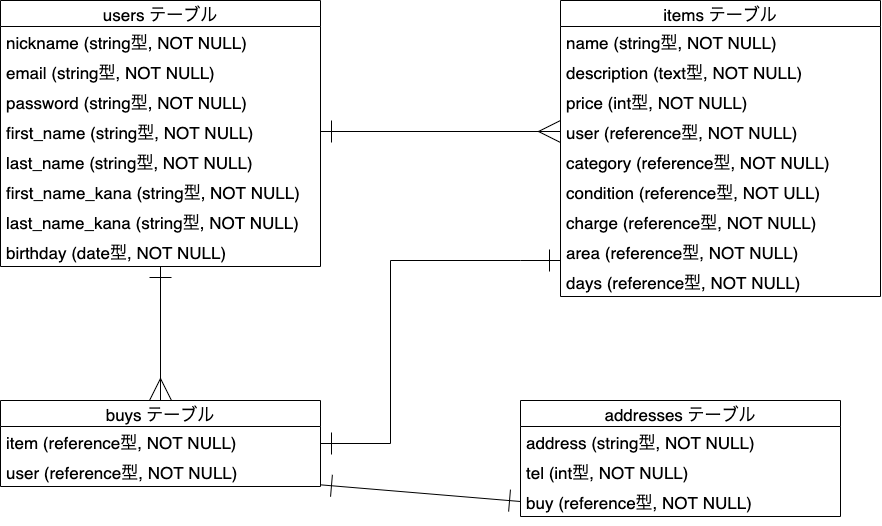
Before: database.drawio.png, a diagram exported from draw.io (kos-san/furima-30536). Source tidied: cells renumbered, new cells last; positions are measured from the earlier drawing's top-left corner, leaving out a move shared by most shapes.
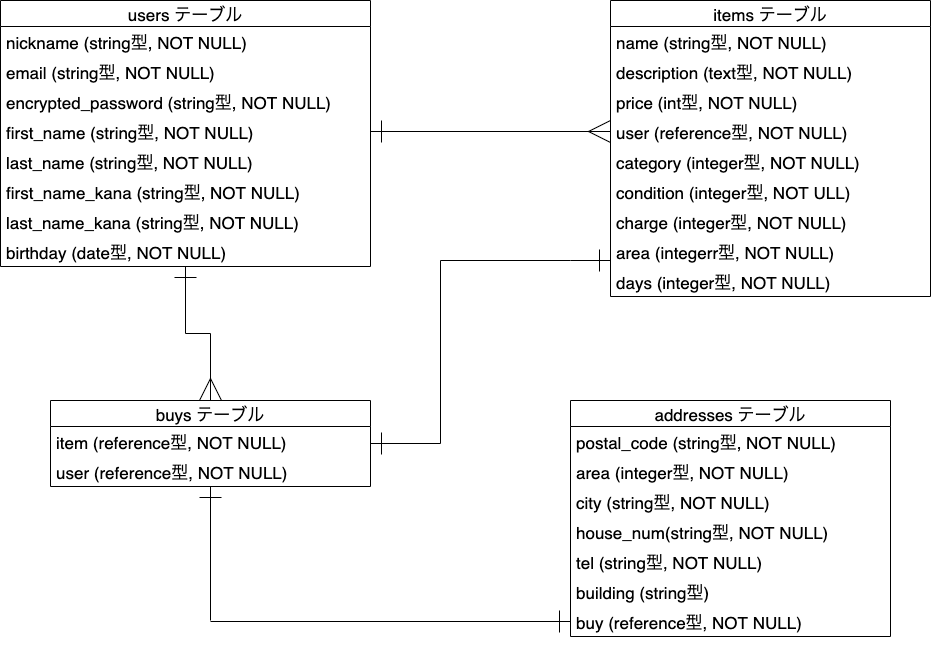
After the commit.

Commit message:
データベース設計の修正

What changed in the source:
```diff
@@ -3,31 +3,31 @@
     <mxCell id="0" />
     <mxCell id="1" parent="0" />
     <mxCell id="2" value="users テーブル" style="swimlane;fontStyle=0;horizontal=1;startSize=26;align=center;fontSize=17;" parent="1" vertex="1">
-      <mxGeometry width="320" height="266" as="geometry" />
+      <mxGeometry x="-50" width="370" height="266" as="geometry" />
     </mxCell>
     <mxCell id="3" value="nickname (string型, NOT NULL)" style="text;strokeColor=none;fillColor=none;spacingLeft=4;spacingRight=4;overflow=hidden;fontSize=17;" parent="2" vertex="1">
-      <mxGeometry y="26" width="320" height="30" as="geometry" />
+      <mxGeometry y="26" width="370" height="30" as="geometry" />
     </mxCell>
     <mxCell id="4" value="email (string型, NOT NULL)" style="text;strokeColor=none;fillColor=none;spacingLeft=4;spacingRight=4;overflow=hidden;fontSize=17;" parent="2" vertex="1">
-      <mxGeometry y="56" width="320" height="30" as="geometry" />
+      <mxGeometry y="56" width="370" height="30" as="geometry" />
     </mxCell>
-    <mxCell id="5" value="password (string型, NOT NULL)" style="text;strokeColor=none;fillColor=none;spacingLeft=4;spacingRight=4;overflow=hidden;fontSize=17;" parent="2" vertex="1">
-      <mxGeometry y="86" width="320" height="30" as="geometry" />
+    <mxCell id="5" value="encrypted_password (string型, NOT NULL)" style="text;strokeColor=none;fillColor=none;spacingLeft=4;spacingRight=4;overflow=hidden;fontSize=17;" parent="2" vertex="1">
+      <mxGeometry y="86" width="370" height="30" as="geometry" />
     </mxCell>
     <mxCell id="6" value="first_name (string型, NOT NULL)" style="text;strokeColor=none;fillColor=none;spacingLeft=4;spacingRight=4;overflow=hidden;points=[[0,0.5],[1,0.5]];portConstraint=eastwest;fontSize=17;" parent="2" vertex="1">
-      <mxGeometry y="116" width="320" height="30" as="geometry" />
+      <mxGeometry y="116" width="370" height="30" as="geometry" />
     </mxCell>
     <mxCell id="7" value="last_name (string型, NOT NULL)" style="text;strokeColor=none;fillColor=none;spacingLeft=4;spacingRight=4;overflow=hidden;fontSize=17;" parent="2" vertex="1">
-      <mxGeometry y="146" width="320" height="30" as="geometry" />
+      <mxGeometry y="146" width="370" height="30" as="geometry" />
     </mxCell>
     <mxCell id="8" value="first_name_kana (string型, NOT NULL)" style="text;strokeColor=none;fillColor=none;spacingLeft=4;spacingRight=4;overflow=hidden;fontSize=17;" parent="2" vertex="1">
-      <mxGeometry y="176" width="320" height="30" as="geometry" />
+      <mxGeometry y="176" width="370" height="30" as="geometry" />
     </mxCell>
     <mxCell id="9" value="last_name_kana (string型, NOT NULL)" style="text;strokeColor=none;fillColor=none;spacingLeft=4;spacingRight=4;overflow=hidden;fontSize=17;" parent="2" vertex="1">
-      <mxGeometry y="206" width="320" height="30" as="geometry" />
+      <mxGeometry y="206" width="370" height="30" as="geometry" />
     </mxCell>
     <mxCell id="10" value="birthday (date型, NOT NULL)" style="text;strokeColor=none;fillColor=none;spacingLeft=4;spacingRight=4;overflow=hidden;fontSize=17;" parent="2" vertex="1">
-      <mxGeometry y="236" width="320" height="30" as="geometry" />
+      <mxGeometry y="236" width="370" height="30" as="geometry" />
     </mxCell>
     <mxCell id="11" style="edgeStyle=orthogonalEdgeStyle;rounded=0;jettySize=auto;html=1;startArrow=ERone;startFill=0;startSize=20;endArrow=none;endFill=0;endSize=20;" parent="1" edge="1" source="12">
       <mxGeometry relative="1" as="geometry">
@@ -53,19 +53,19 @@
     <mxCell id="16" value="user (reference型, NOT NULL)" style="text;strokeColor=none;fillColor=none;spacingLeft=4;spacingRight=4;overflow=hidden;points=[[0,0.5],[1,0.5]];portConstraint=eastwest;fontSize=17;" parent="12" vertex="1">
       <mxGeometry y="116" width="320" height="30" as="geometry" />
     </mxCell>
-    <mxCell id="17" value="category (reference型, NOT NULL)" style="text;strokeColor=none;fillColor=none;spacingLeft=4;spacingRight=4;overflow=hidden;fontSize=17;" parent="12" vertex="1">
+    <mxCell id="17" value="category (integer型, NOT NULL)" style="text;strokeColor=none;fillColor=none;spacingLeft=4;spacingRight=4;overflow=hidden;fontSize=17;" parent="12" vertex="1">
       <mxGeometry y="146" width="320" height="30" as="geometry" />
     </mxCell>
-    <mxCell id="18" value="condition (reference型, NOT ULL)" style="text;strokeColor=none;fillColor=none;spacingLeft=4;spacingRight=4;overflow=hidden;fontSize=17;" parent="12" vertex="1">
+    <mxCell id="18" value="condition (integer型, NOT ULL)" style="text;strokeColor=none;fillColor=none;spacingLeft=4;spacingRight=4;overflow=hidden;fontSize=17;" parent="12" vertex="1">
       <mxGeometry y="176" width="320" height="30" as="geometry" />
     </mxCell>
-    <mxCell id="19" value="charge (reference型, NOT NULL)" style="text;strokeColor=none;fillColor=none;spacingLeft=4;spacingRight=4;overflow=hidden;fontSize=17;" parent="12" vertex="1">
+    <mxCell id="19" value="charge (integer型, NOT NULL)" style="text;strokeColor=none;fillColor=none;spacingLeft=4;spacingRight=4;overflow=hidden;fontSize=17;" parent="12" vertex="1">
       <mxGeometry y="206" width="320" height="30" as="geometry" />
     </mxCell>
-    <mxCell id="20" value="area (reference型, NOT NULL)" style="text;strokeColor=none;fillColor=none;spacingLeft=4;spacingRight=4;overflow=hidden;fontSize=17;" parent="12" vertex="1">
+    <mxCell id="20" value="area (integerr型, NOT NULL)" style="text;strokeColor=none;fillColor=none;spacingLeft=4;spacingRight=4;overflow=hidden;fontSize=17;" parent="12" vertex="1">
       <mxGeometry y="236" width="320" height="30" as="geometry" />
     </mxCell>
-    <mxCell id="21" value="days (reference型, NOT NULL)" style="text;strokeColor=none;fillColor=none;spacingLeft=4;spacingRight=4;overflow=hidden;fontSize=17;" parent="12" vertex="1">
+    <mxCell id="21" value="days (integer型, NOT NULL)" style="text;strokeColor=none;fillColor=none;spacingLeft=4;spacingRight=4;overflow=hidden;fontSize=17;" parent="12" vertex="1">
       <mxGeometry y="266" width="320" height="30" as="geometry" />
     </mxCell>
     <mxCell id="22" style="edgeStyle=none;rounded=0;jettySize=auto;html=1;entryX=0;entryY=0.5;entryDx=0;entryDy=0;fontSize=12;endArrow=ERmany;endFill=0;startArrow=ERone;startFill=0;strokeWidth=1;jumpSize=18;endSize=20;startSize=20;" parent="1" edge="1" source="6" target="16">
@@ -89,19 +89,38 @@
       <mxGeometry y="56" width="320" height="30" as="geometry" />
     </mxCell>
     <mxCell id="28" value="addresses テーブル" style="swimlane;fontStyle=0;horizontal=1;startSize=26;align=center;fontSize=17;" parent="1" vertex="1">
-      <mxGeometry x="520" y="400" width="320" height="116" as="geometry" />
+      <mxGeometry x="520" y="400" width="320" height="236" as="geometry" />
     </mxCell>
-    <mxCell id="29" value="address (string型, NOT NULL)" style="text;strokeColor=none;fillColor=none;spacingLeft=4;spacingRight=4;overflow=hidden;fontSize=17;" parent="28" vertex="1">
+    <mxCell id="29" value="postal_code (string型, NOT NULL)" style="text;strokeColor=none;fillColor=none;spacingLeft=4;spacingRight=4;overflow=hidden;fontSize=17;" parent="28" vertex="1">
       <mxGeometry y="26" width="320" height="30" as="geometry" />
     </mxCell>
+    <mxCell id="33" value="area (integer型, NOT NULL)" style="text;strokeColor=none;fillColor=none;spacingLeft=4;spacingRight=4;overflow=hidden;fontSize=17;" parent="28" vertex="1">
+      <mxGeometry y="56" width="320" height="30" as="geometry" />
+    </mxCell>
+    <mxCell id="34" value="city (string型, NOT NULL)" style="text;strokeColor=none;fillColor=none;spacingLeft=4;spacingRight=4;overflow=hidden;fontSize=17;" parent="28" vertex="1">
+      <mxGeometry y="86" width="320" height="30" as="geometry" />
+    </mxCell>
+    <mxCell id="35" value="house_num(string型, NOT NULL)" style="text;strokeColor=none;fillColor=none;spacingLeft=4;spacingRight=4;overflow=hidden;fontSize=17;" parent="28" vertex="1">
+      <mxGeometry y="116" width="320" height="30" as="geometry" />
+    </mxCell>
-    <mxCell id="30" value="tel (int型, NOT NULL)" style="text;strokeColor=none;fillColor=none;spacingLeft=4;spacingRight=4;overflow=hidden;fontSize=17;" parent="28" vertex="1">
-      <mxGeometry y="56" width="320" height="30" as="geometry" />
+    <mxCell id="30" value="tel (string型, NOT NULL)" style="text;strokeColor=none;fillColor=none;spacingLeft=4;spacingRight=4;overflow=hidden;fontSize=17;" parent="28" vertex="1">
+      <mxGeometry y="146" width="320" height="30" as="geometry" />
     </mxCell>
+    <mxCell id="36" value="building (string型)" style="text;strokeColor=none;fillColor=none;spacingLeft=4;spacingRight=4;overflow=hidden;fontSize=17;" parent="28" vertex="1">
+      <mxGeometry y="176" width="320" height="30" as="geometry" />
+    </mxCell>
     <mxCell id="31" value="buy (reference型, NOT NULL)" style="text;strokeColor=none;fillColor=none;spacingLeft=4;spacingRight=4;overflow=hidden;points=[[0,0.5],[1,0.5]];portConstraint=eastwest;fontSize=17;" parent="28" vertex="1">
-      <mxGeometry y="86" width="320" height="30" as="geometry" />
+      <mxGeometry y="206" width="320" height="30" as="geometry" />
     </mxCell>
-    <mxCell id="32" style="edgeStyle=none;rounded=0;jettySize=auto;html=1;startArrow=ERone;startFill=0;startSize=20;endArrow=ERone;endFill=0;endSize=20;entryX=0;entryY=0.5;entryDx=0;entryDy=0;" parent="1" edge="1" source="27" target="31">
-      <mxGeometry relative="1" as="geometry" />
+    <mxCell id="32" style="edgeStyle=none;rounded=0;jettySize=auto;html=1;startArrow=none;startFill=0;startSize=20;endArrow=ERone;endFill=0;endSize=20;entryX=0;entryY=0.5;entryDx=0;entryDy=0;" parent="1" edge="1" target="31">
+      <mxGeometry relative="1" as="geometry">
+        <mxPoint x="160" y="621" as="sourcePoint" />
+      </mxGeometry>
     </mxCell>
+    <mxCell id="37" style="endArrow=ERone;html=1;rounded=0;endFill=0;startSize=20;endSize=20;" parent="1" edge="1" target="25">
+      <mxGeometry relative="1" as="geometry">
+        <mxPoint x="160" y="620" as="sourcePoint" />
+      </mxGeometry>
+    </mxCell>
   </root>
 </mxGraphModel>
```
